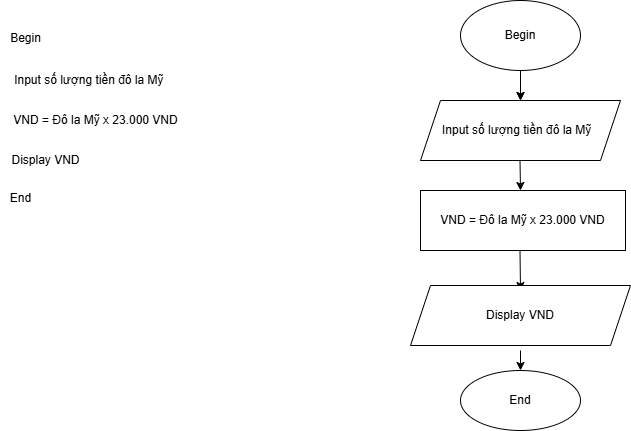
The draw.io diagram ss3_Pseudo code & Flowchart/Bai Tap/Mo_ta_thuat_toan_chuyen_doi_tien_te.drawio.png in Thang2k-code/c0225l1-jv103-HoanhQuangThang, before a commit. Source tidied: cells renumbered, new cells last; positions are measured from the earlier drawing's top-left corner, leaving out a move shared by most shapes.
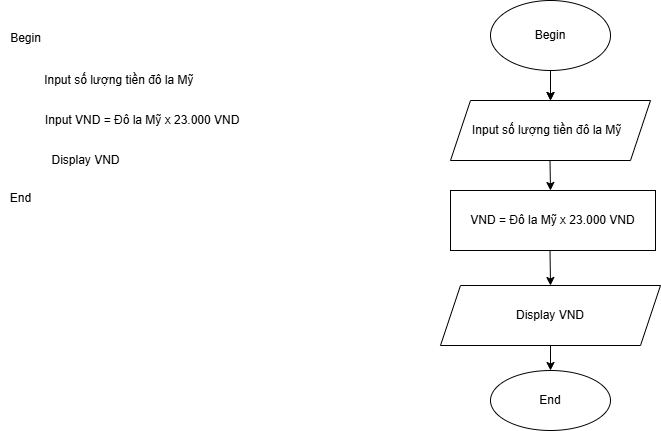
After the commit.

Commit message:
ss3_Pseudo & Flowchart

Change to the diagram source:
```diff
@@ -3,7 +3,7 @@
     <mxCell id="0" />
     <mxCell id="1" parent="0" />
     <mxCell id="2" value="Begin" style="text;html=1;align=center;verticalAlign=middle;strokeColor=none;fillColor=none;" parent="1" vertex="1">
-      <mxGeometry y="23" width="50" height="30" as="geometry" />
+      <mxGeometry x="-30" y="23" width="50" height="30" as="geometry" />
     </mxCell>
     <mxCell id="3" value="Input số lượng tiền đô la Mỹ&amp;nbsp;" style="text;html=1;align=center;verticalAlign=middle;strokeColor=none;fillColor=none;" parent="1" vertex="1">
       <mxGeometry y="65" width="180" height="30" as="geometry" />
@@ -29,35 +29,33 @@
     <mxCell id="8" value="VND = Đô la Mỹ x 23.000 VND" style="rounded=0;whiteSpace=wrap;html=1;" parent="1" vertex="1">
       <mxGeometry x="420" y="190" width="205" height="60" as="geometry" />
     </mxCell>
-    <mxCell id="9" style="endArrow=classic;html=1;rounded=0;" parent="1" edge="1">
+    <mxCell id="9" style="endArrow=classic;html=1;rounded=0;entryX=0.5;entryY=0;entryDx=0;entryDy=0;entryPerimeter=0;" parent="1" edge="1" target="15">
       <mxGeometry relative="1" as="geometry">
         <mxPoint x="519.5" y="250" as="sourcePoint" />
-        <mxPoint x="520" y="290" as="targetPoint" />
       </mxGeometry>
     </mxCell>
     <mxCell id="10" value="End" style="ellipse;whiteSpace=wrap;html=1;" parent="1" vertex="1">
       <mxGeometry x="460" y="370" width="120" height="60" as="geometry" />
     </mxCell>
-    <mxCell id="11" style="endArrow=classic;html=1;rounded=0;" parent="1" edge="1">
+    <mxCell id="11" style="endArrow=classic;html=1;rounded=0;exitX=0.5;exitY=1;exitDx=0;exitDy=0;exitPerimeter=0;" parent="1" edge="1" source="15">
       <mxGeometry relative="1" as="geometry">
-        <mxPoint x="520" y="350" as="sourcePoint" />
         <mxPoint x="520" y="370" as="targetPoint" />
       </mxGeometry>
     </mxCell>
     <mxCell id="12" value="Begin" style="ellipse;whiteSpace=wrap;html=1;" parent="1" vertex="1">
       <mxGeometry x="460" width="120" height="70" as="geometry" />
     </mxCell>
-    <mxCell id="13" value="VND = Đô la Mỹ x 23.000 VND" style="text;html=1;align=center;verticalAlign=middle;strokeColor=none;fillColor=none;" parent="1" vertex="1">
-      <mxGeometry y="105" width="190" height="30" as="geometry" />
+    <mxCell id="13" value="&amp;nbsp;Input VND = Đô la Mỹ x 23.000 VND" style="text;html=1;align=center;verticalAlign=middle;strokeColor=none;fillColor=none;" parent="1" vertex="1">
+      <mxGeometry y="105" width="220" height="30" as="geometry" />
     </mxCell>
     <mxCell id="14" value="Display VND" style="text;html=1;align=center;verticalAlign=middle;strokeColor=none;fillColor=none;" parent="1" vertex="1">
-      <mxGeometry y="145" width="90" height="30" as="geometry" />
+      <mxGeometry x="10" y="145" width="90" height="30" as="geometry" />
     </mxCell>
     <mxCell id="15" value="Display VND" style="shape=parallelogram;perimeter=parallelogramPerimeter;whiteSpace=wrap;html=1;fixedSize=1;" parent="1" vertex="1">
       <mxGeometry x="410" y="285" width="220" height="60" as="geometry" />
     </mxCell>
     <mxCell id="16" value="End" style="text;html=1;align=center;verticalAlign=middle;strokeColor=none;fillColor=none;" parent="1" vertex="1">
-      <mxGeometry y="183" width="40" height="30" as="geometry" />
+      <mxGeometry x="-30" y="183" width="40" height="30" as="geometry" />
     </mxCell>
   </root>
 </mxGraphModel>
```
